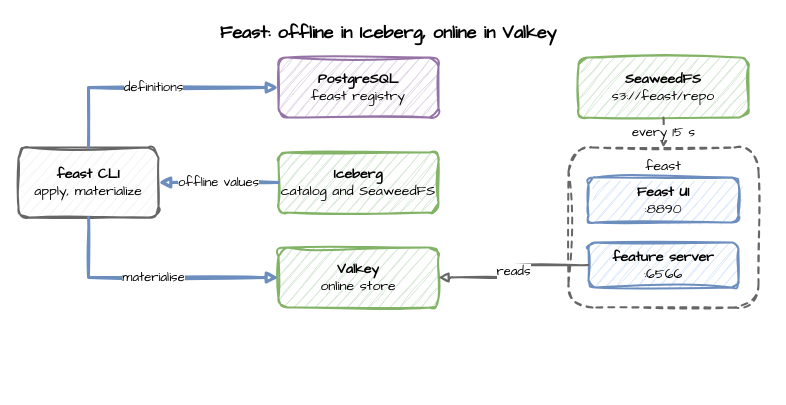
The draw.io diagram docs/images/path-feast.drawio in jaehyeon-kim/odctl, before the edit. Source tidied: cells renumbered, new cells numbered last; positions are measured from the earlier drawing's top-left corner, leaving out a move shared by most shapes. Both pictures are drawn from the tidied source at 100%, with x=0, y=0 at pixel (18, 17).
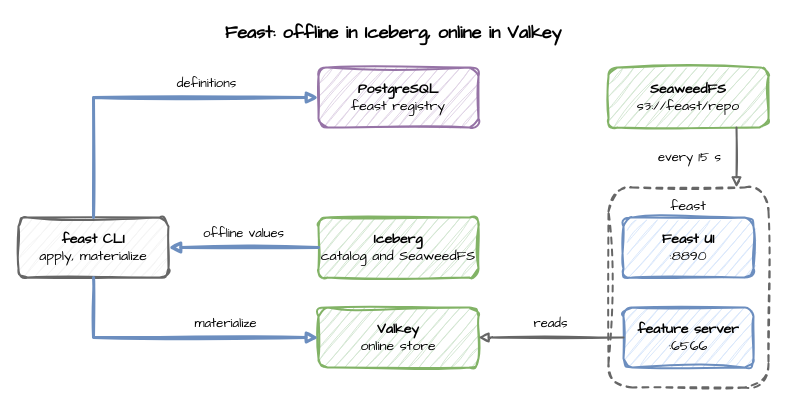
After the change.

Diff of the diagram source:
```diff
@@
 <mxGraphModel>
   <root>
     <mxCell id="0" />
     <mxCell id="1" parent="0" />
     <mxCell id="2" value="Feast: offline in Iceberg, online in Valkey" style="text;html=1;align=center;verticalAlign=middle;whiteSpace=wrap;fontFamily=Comic Sans MS;fontSize=18;fontStyle=1;" parent="1" vertex="1">
-      <mxGeometry width="740" height="30" as="geometry" />
+      <mxGeometry width="750" height="30" as="geometry" />
     </mxCell>
     <mxCell id="3" value="&lt;b&gt;feast CLI&lt;/b&gt;&lt;br&gt;apply, materialize" style="rounded=1;whiteSpace=wrap;html=1;sketch=1;curveFitting=1;jiggle=2;fontFamily=Comic Sans MS;fontSize=14;strokeWidth=2;fillColor=#f5f5f5;strokeColor=#666666;" parent="1" vertex="1">
-      <mxGeometry y="130" width="140" height="70" as="geometry" />
+      <mxGeometry y="200" width="150" height="60" as="geometry" />
     </mxCell>
     <mxCell id="4" value="&lt;b&gt;PostgreSQL&lt;/b&gt;&lt;br&gt;feast registry" style="rounded=1;whiteSpace=wrap;html=1;sketch=1;curveFitting=1;jiggle=2;fontFamily=Comic Sans MS;fontSize=14;strokeWidth=2;fillColor=#e1d5e7;strokeColor=#9673a6;" parent="1" vertex="1">
-      <mxGeometry x="260" y="40" width="160" height="60" as="geometry" />
+      <mxGeometry x="300" y="50" width="160" height="60" as="geometry" />
     </mxCell>
     <mxCell id="5" value="&lt;b&gt;Iceberg&lt;/b&gt;&lt;br&gt;catalog and SeaweedFS" style="rounded=1;whiteSpace=wrap;html=1;sketch=1;curveFitting=1;jiggle=2;fontFamily=Comic Sans MS;fontSize=14;strokeWidth=2;fillColor=#d5e8d4;strokeColor=#82b366;" parent="1" vertex="1">
-      <mxGeometry x="260" y="135" width="160" height="60" as="geometry" />
+      <mxGeometry x="300" y="200" width="160" height="60" as="geometry" />
     </mxCell>
     <mxCell id="6" value="&lt;b&gt;Valkey&lt;/b&gt;&lt;br&gt;online store" style="rounded=1;whiteSpace=wrap;html=1;sketch=1;curveFitting=1;jiggle=2;fontFamily=Comic Sans MS;fontSize=14;strokeWidth=2;fillColor=#d5e8d4;strokeColor=#82b366;" parent="1" vertex="1">
-      <mxGeometry x="260" y="230" width="160" height="60" as="geometry" />
+      <mxGeometry x="300" y="290" width="160" height="60" as="geometry" />
     </mxCell>
     <mxCell id="7" value="&lt;b&gt;SeaweedFS&lt;/b&gt;&lt;br&gt;s3://feast/repo" style="rounded=1;whiteSpace=wrap;html=1;sketch=1;curveFitting=1;jiggle=2;fontFamily=Comic Sans MS;fontSize=14;strokeWidth=2;fillColor=#d5e8d4;strokeColor=#82b366;" parent="1" vertex="1">
-      <mxGeometry x="560" y="40" width="170" height="60" as="geometry" />
+      <mxGeometry x="590" y="50" width="160" height="60" as="geometry" />
     </mxCell>
     <mxCell id="8" value="feast" style="rounded=1;whiteSpace=wrap;html=1;sketch=1;curveFitting=1;jiggle=2;fontFamily=Comic Sans MS;fontSize=14;fillColor=none;strokeColor=#666666;strokeWidth=2;dashed=1;verticalAlign=top;align=center;spacingTop=4;" parent="1" vertex="1">
-      <mxGeometry x="550" y="130" width="190" height="160" as="geometry" />
+      <mxGeometry x="590" y="170" width="160" height="200" as="geometry" />
     </mxCell>
     <mxCell id="9" value="&lt;b&gt;Feast UI&lt;/b&gt;&lt;br&gt;:8890" style="rounded=1;whiteSpace=wrap;html=1;sketch=1;curveFitting=1;jiggle=2;fontFamily=Comic Sans MS;fontSize=14;strokeWidth=2;fillColor=#dae8fc;strokeColor=#6c8ebf;" parent="1" vertex="1">
-      <mxGeometry x="570" y="160" width="150" height="45" as="geometry" />
+      <mxGeometry x="605" y="200" width="130" height="60" as="geometry" />
     </mxCell>
     <mxCell id="10" value="&lt;b&gt;feature server&lt;/b&gt;&lt;br&gt;:6566" style="rounded=1;whiteSpace=wrap;html=1;sketch=1;curveFitting=1;jiggle=2;fontFamily=Comic Sans MS;fontSize=14;strokeWidth=2;fillColor=#dae8fc;strokeColor=#6c8ebf;" parent="1" vertex="1">
-      <mxGeometry x="570" y="225" width="150" height="45" as="geometry" />
+      <mxGeometry x="605" y="290" width="130" height="60" as="geometry" />
     </mxCell>
     <mxCell id="11" value="definitions" style="edgeStyle=orthogonalEdgeStyle;rounded=0;sketch=1;html=1;endArrow=block;fontFamily=Comic Sans MS;fontSize=13;labelBackgroundColor=#ffffff;strokeWidth=3;strokeColor=#6c8ebf;exitX=0.5;exitY=0;exitDx=0;exitDy=0;entryX=0;entryY=0.5;entryDx=0;entryDy=0;" parent="1" edge="1" source="3" target="4">
-      <mxGeometry relative="1" as="geometry" />
+      <mxGeometry x="0.35" relative="1" as="geometry">
+        <mxPoint y="-14" as="offset" />
+      </mxGeometry>
     </mxCell>
     <mxCell id="12" value="offline values" style="edgeStyle=orthogonalEdgeStyle;rounded=0;sketch=1;html=1;endArrow=block;fontFamily=Comic Sans MS;fontSize=13;labelBackgroundColor=#ffffff;strokeWidth=3;strokeColor=#6c8ebf;" parent="1" edge="1" source="5" target="3">
-      <mxGeometry relative="1" as="geometry" />
+      <mxGeometry relative="1" as="geometry">
+        <mxPoint y="-14" as="offset" />
+      </mxGeometry>
     </mxCell>
-    <mxCell id="13" value="materialise" style="edgeStyle=orthogonalEdgeStyle;rounded=0;sketch=1;html=1;endArrow=block;fontFamily=Comic Sans MS;fontSize=13;labelBackgroundColor=#ffffff;strokeWidth=3;strokeColor=#6c8ebf;exitX=0.5;exitY=1;exitDx=0;exitDy=0;entryX=0;entryY=0.5;entryDx=0;entryDy=0;" parent="1" edge="1" source="3" target="6">
-      <mxGeometry relative="1" as="geometry" />
+    <mxCell id="13" value="materialize" style="edgeStyle=orthogonalEdgeStyle;rounded=0;sketch=1;html=1;endArrow=block;fontFamily=Comic Sans MS;fontSize=13;labelBackgroundColor=#ffffff;strokeWidth=3;strokeColor=#6c8ebf;exitX=0.5;exitY=1;exitDx=0;exitDy=0;entryX=0;entryY=0.5;entryDx=0;entryDy=0;" parent="1" edge="1" source="3" target="6">
+      <mxGeometry x="0.35" relative="1" as="geometry">
+        <mxPoint y="-14" as="offset" />
+      </mxGeometry>
     </mxCell>
-    <mxCell id="14" value="every 15 s" style="edgeStyle=orthogonalEdgeStyle;rounded=0;sketch=1;html=1;endArrow=block;fontFamily=Comic Sans MS;fontSize=13;labelBackgroundColor=#ffffff;strokeWidth=2;strokeColor=#666666;" parent="1" edge="1" source="7" target="8">
-      <mxGeometry relative="1" as="geometry" />
+    <mxCell id="14" value="every 15 s" style="edgeStyle=orthogonalEdgeStyle;rounded=0;sketch=1;html=1;endArrow=block;fontFamily=Comic Sans MS;fontSize=13;labelBackgroundColor=#ffffff;strokeWidth=2;strokeColor=#666666;exitX=0.8;exitY=1;exitDx=0;exitDy=0;entryX=0.8;entryY=0;entryDx=0;entryDy=0;" parent="1" edge="1" source="7" target="8">
+      <mxGeometry relative="1" as="geometry">
+        <mxPoint x="-47" as="offset" />
+      </mxGeometry>
     </mxCell>
     <mxCell id="15" value="reads" style="edgeStyle=orthogonalEdgeStyle;rounded=0;sketch=1;html=1;endArrow=block;fontFamily=Comic Sans MS;fontSize=13;labelBackgroundColor=#ffffff;strokeWidth=2;strokeColor=#666666;" parent="1" edge="1" source="10" target="6">
-      <mxGeometry relative="1" as="geometry" />
+      <mxGeometry relative="1" as="geometry">
+        <mxPoint y="-14" as="offset" />
+      </mxGeometry>
     </mxCell>
   </root>
 </mxGraphModel>
```
